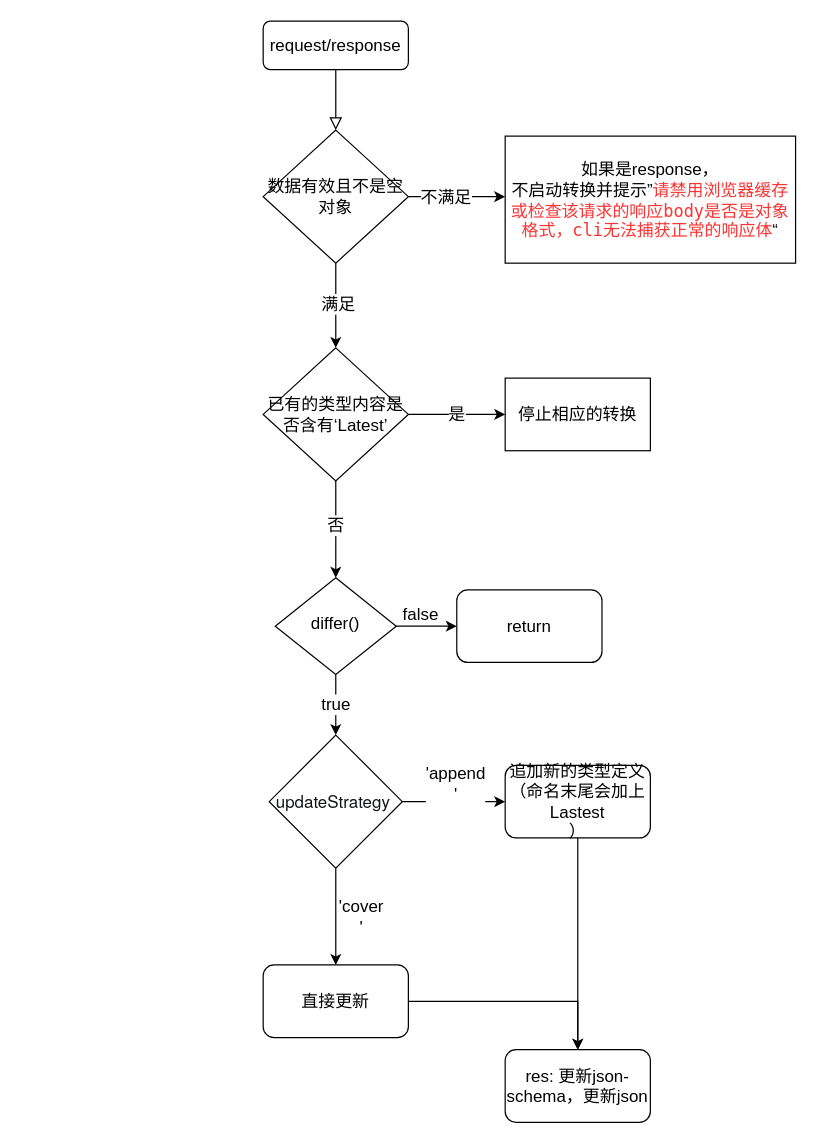
This is 执行逻辑.drawio from yy7054wyq5/API-types-automatic-converter, a draw.io file, before an edit. Source tidied: cells renumbered, new cells numbered last; positions are measured from the earlier drawing's top-left corner, leaving out a move shared by most shapes. Both pictures are drawn from the tidied source at 121%, with x=0, y=0 at pixel (263, 21).
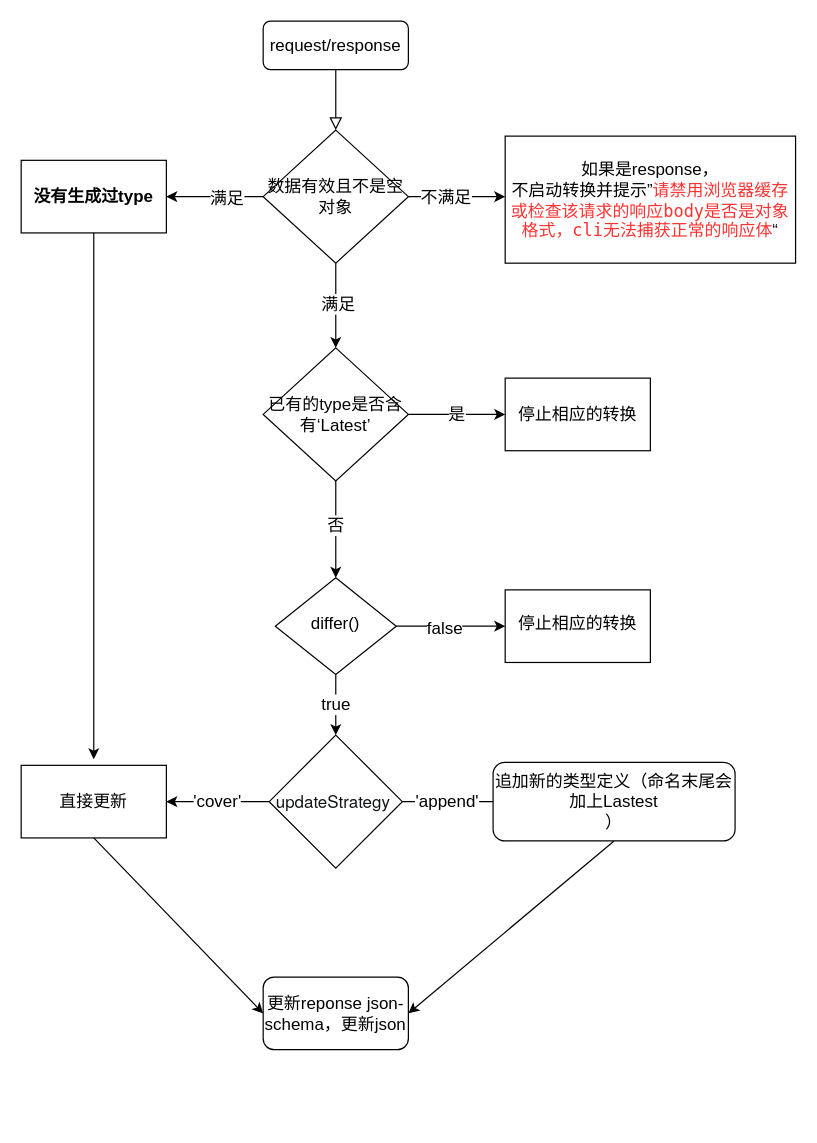
The same page after the edit.

Unchanged cells that the change refers to:
```xml
<mxCell id="6" value="differ()" style="rhombus;whiteSpace=wrap;html=1;shadow=0;fontFamily=Helvetica;fontSize=14;align=center;strokeWidth=1;spacing=6;spacingTop=-4;" parent="1" vertex="1">
  <mxGeometry x="10" y="460" width="100" height="80" as="geometry" />
</mxCell>
<mxCell id="10" value="&lt;span style=&quot;color: rgb(18, 20, 22); font-family: &amp;quot;helvetica neue&amp;quot;; font-size: 14px;&quot;&gt;updateStrategy&lt;/span&gt;&lt;span style=&quot;font-size: 14px;&quot;&gt;&amp;nbsp;&lt;/span&gt;" style="rhombus;whiteSpace=wrap;html=1;fontSize=14;" parent="1" vertex="1">
  <mxGeometry x="5" y="590" width="110" height="110" as="geometry" />
</mxCell>
<mxCell id="21" value="&lt;span style=&quot;font-weight: normal&quot;&gt;&lt;span&gt;数据&lt;/span&gt;&lt;span style=&quot;font-family: &amp;#34;menlo&amp;#34; , &amp;#34;monaco&amp;#34; , &amp;#34;courier new&amp;#34; , monospace&quot;&gt;有效且不是空对象&lt;/span&gt;&lt;/span&gt;" style="rhombus;whiteSpace=wrap;html=1;fontSize=14;fontStyle=1;" parent="1" vertex="1">
  <mxGeometry y="90" width="120" height="110" as="geometry" />
</mxCell>
```

The edit, as a diff of the source:
```diff
@@
+    <mxCell id="28" style="edgeStyle=orthogonalEdgeStyle;rounded=0;jettySize=auto;html=1;fontSize=14;" parent="1" edge="1" source="6" target="35">
+      <mxGeometry relative="1" as="geometry" />
+    </mxCell>
-    <mxCell id="5" value="false" style="edgeStyle=orthogonalEdgeStyle;rounded=0;jettySize=auto;html=1;fontSize=14;" parent="1" edge="1" source="6">
-      <mxGeometry x="-0.2" y="10" relative="1" as="geometry">
-        <mxPoint x="160" y="500" as="targetPoint" />
-      </mxGeometry>
+    <mxCell id="5" value="false" style="edgeLabel;html=1;align=center;verticalAlign=middle;fontSize=14;" parent="28" vertex="1">
+      <mxGeometry x="-0.13" y="-1" relative="1" as="geometry" />
     </mxCell>
@@
-    <mxCell id="7" value="'append&lt;br style=&quot;font-size: 14px;&quot;&gt;'" style="edgeStyle=orthogonalEdgeStyle;rounded=0;jettySize=auto;html=1;fontSize=14;" parent="1" edge="1" source="10">
+    <mxCell id="7" style="edgeStyle=orthogonalEdgeStyle;rounded=0;jettySize=auto;html=1;fontSize=14;" parent="1" edge="1" source="10">
       <mxGeometry x="0.06" y="15" relative="1" as="geometry">
         <mxPoint x="200" y="645" as="targetPoint" />
       </mxGeometry>
     </mxCell>
-    <mxCell id="8" style="edgeStyle=orthogonalEdgeStyle;rounded=0;jettySize=auto;html=1;fontSize=14;" parent="1" edge="1" source="10">
-      <mxGeometry relative="1" as="geometry">
-        <mxPoint x="60" y="780" as="targetPoint" />
-      </mxGeometry>
-    </mxCell>
-    <mxCell id="9" value="'cover&lt;br style=&quot;font-size: 14px;&quot;&gt;'" style="edgeLabel;html=1;align=center;verticalAlign=middle;fontSize=14;" parent="8" vertex="1">
-      <mxGeometry x="0.05" y="2" relative="1" as="geometry">
-        <mxPoint x="18" y="-2" as="offset" />
-      </mxGeometry>
-    </mxCell>
+    <mxCell id="29" value="'append'" style="edgeLabel;html=1;align=center;verticalAlign=middle;fontSize=14;" parent="7" vertex="1">
+      <mxGeometry x="-0.15" y="1" relative="1" as="geometry" />
+    </mxCell>
+    <mxCell id="30" value="'cover'" style="edgeStyle=orthogonalEdgeStyle;rounded=0;jettySize=auto;html=1;fontSize=14;" parent="1" edge="1" source="10" target="15">
+      <mxGeometry relative="1" as="geometry" />
+    </mxCell>
@@
-    <mxCell id="11" style="edgeStyle=orthogonalEdgeStyle;rounded=0;jettySize=auto;html=1;fontSize=14;" parent="1" edge="1" source="12" target="16">
-      <mxGeometry relative="1" as="geometry" />
-    </mxCell>
     <mxCell id="12" value="&lt;span style=&quot;font-family: helvetica; font-size: 14px;&quot;&gt;追加新的类型定义（命名末尾会加上L&lt;/span&gt;astest&lt;span style=&quot;font-family: helvetica; font-size: 14px;&quot;&gt;&lt;br style=&quot;font-size: 14px;&quot;&gt;）&lt;/span&gt;" style="rounded=1;whiteSpace=wrap;html=1;fontSize=14;" parent="1" vertex="1">
-      <mxGeometry x="200" y="615" width="120" height="60" as="geometry" />
+      <mxGeometry x="190" y="612.5" width="200" height="65" as="geometry" />
     </mxCell>
-    <mxCell id="13" value="&lt;span style=&quot;font-size: 14px;&quot;&gt;return&lt;/span&gt;" style="rounded=1;whiteSpace=wrap;html=1;fontSize=14;" parent="1" vertex="1">
-      <mxGeometry x="160" y="470" width="120" height="60" as="geometry" />
-    </mxCell>
-    <mxCell id="14" style="edgeStyle=orthogonalEdgeStyle;rounded=0;jettySize=auto;html=1;fontSize=14;" parent="1" edge="1" source="15" target="16">
-      <mxGeometry relative="1" as="geometry" />
-    </mxCell>
-    <mxCell id="15" value="&lt;span style=&quot;font-size: 14px;&quot;&gt;直接更新&lt;/span&gt;" style="rounded=1;whiteSpace=wrap;html=1;fontSize=14;" parent="1" vertex="1">
-      <mxGeometry y="780" width="120" height="60" as="geometry" />
-    </mxCell>
-    <mxCell id="16" value="res: 更新json-schema，更新json" style="whiteSpace=wrap;html=1;rounded=1;fontSize=14;" parent="1" vertex="1">
-      <mxGeometry x="200" y="850" width="120" height="60" as="geometry" />
+    <mxCell id="16" value="更新reponse json-schema，更新json" style="whiteSpace=wrap;html=1;rounded=1;fontSize=14;" parent="1" vertex="1">
+      <mxGeometry y="790" width="120" height="60" as="geometry" />
     </mxCell>
@@
+    <mxCell id="31" style="edgeStyle=orthogonalEdgeStyle;rounded=0;jettySize=auto;html=1;fontSize=14;" parent="1" edge="1" source="21" target="34">
+      <mxGeometry relative="1" as="geometry" />
+    </mxCell>
+    <mxCell id="32" value="满足" style="edgeLabel;html=1;align=center;verticalAlign=middle;fontSize=14;" parent="31" vertex="1">
+      <mxGeometry x="-0.23" y="1" relative="1" as="geometry" />
+    </mxCell>
@@
-    <mxCell id="25" value="已有的类型内容是否含有‘Latest’" style="rhombus;whiteSpace=wrap;html=1;fontSize=14;" parent="1" vertex="1">
+    <mxCell id="25" value="已有的type是否含有‘Latest’" style="rhombus;whiteSpace=wrap;html=1;fontSize=14;" parent="1" vertex="1">
       <mxGeometry y="270" width="120" height="110" as="geometry" />
     </mxCell>
@@
+    <mxCell id="33" style="edgeStyle=orthogonalEdgeStyle;rounded=0;jettySize=auto;html=1;fontSize=14;" parent="1" edge="1" source="34">
+      <mxGeometry relative="1" as="geometry">
+        <mxPoint x="-140" y="610" as="targetPoint" />
+      </mxGeometry>
+    </mxCell>
+    <mxCell id="34" value="没有生成过type" style="whiteSpace=wrap;html=1;fontSize=14;fontStyle=1;" parent="1" vertex="1">
+      <mxGeometry x="-200" y="115" width="120" height="60" as="geometry" />
+    </mxCell>
+    <mxCell id="35" value="&lt;span&gt;停止相应的转换&lt;/span&gt;" style="whiteSpace=wrap;html=1;shadow=0;fontSize=14;strokeWidth=1;spacing=6;spacingTop=-4;" parent="1" vertex="1">
+      <mxGeometry x="200" y="470" width="120" height="60" as="geometry" />
+    </mxCell>
+    <mxCell id="15" value="&lt;span&gt;直接更新&lt;/span&gt;" style="whiteSpace=wrap;html=1;fontSize=14;" parent="1" vertex="1">
+      <mxGeometry x="-200" y="615" width="120" height="60" as="geometry" />
+    </mxCell>
+    <mxCell id="14" style="endArrow=classic;html=1;fontSize=14;exitX=0.5;exitY=1;exitDx=0;exitDy=0;entryX=0;entryY=0.5;entryDx=0;entryDy=0;" parent="1" edge="1" source="15" target="16">
+      <mxGeometry relative="1" as="geometry" />
+    </mxCell>
+    <mxCell id="11" style="endArrow=classic;html=1;fontSize=14;entryX=1;entryY=0.5;entryDx=0;entryDy=0;exitX=0.5;exitY=1;exitDx=0;exitDy=0;" parent="1" edge="1" source="12" target="16">
+      <mxGeometry relative="1" as="geometry" />
+    </mxCell>
```
